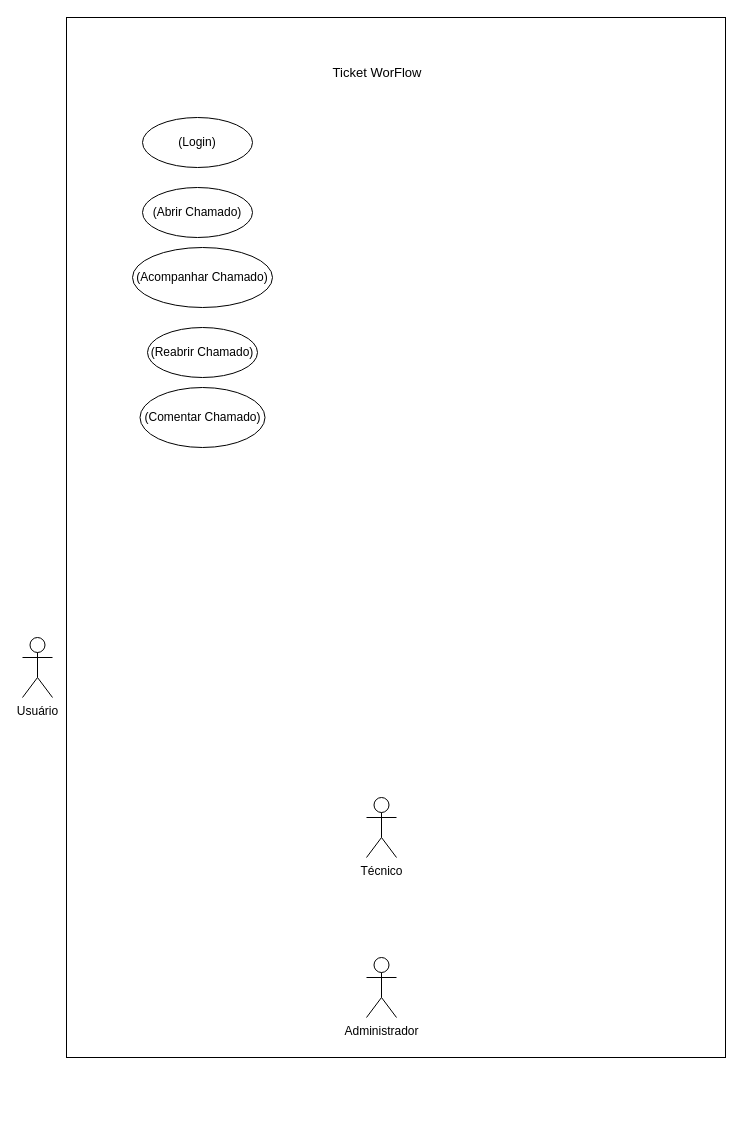
The draw.io diagram docs/diagramas/diagramas-casos-de-uso.drawio in thiiigomes/TicketWorkFlow, before the edit. Source tidied: cells renumbered, new cells numbered last; positions are measured from the earlier drawing's top-left corner, leaving out a move shared by most shapes. Both pictures are drawn from the tidied source at 100%, with x=0, y=0 at pixel (22, 17).
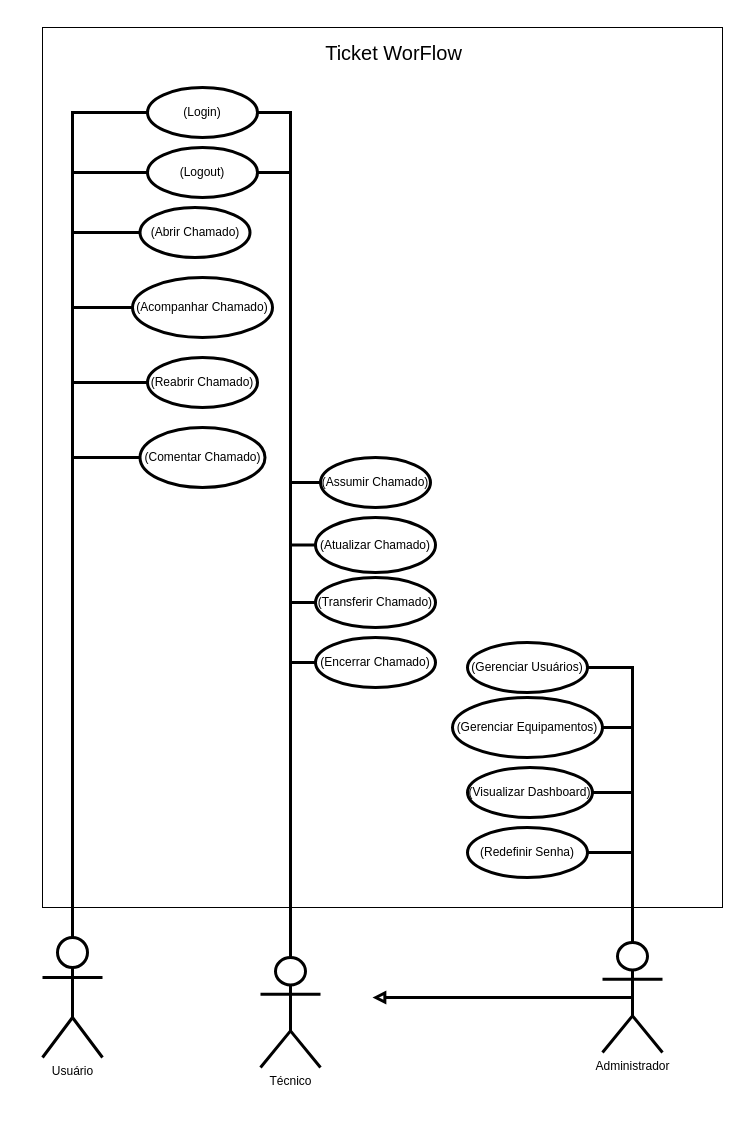
The same diagram, later.

Commit message:
Finaliza diagrama de casos de uso UML

What changed in the source:
```diff
@@
     <mxCell id="2" style="rounded=0;whiteSpace=wrap;html=1;align=center;" parent="1" vertex="1">
-      <mxGeometry x="44" width="659" height="1040" as="geometry" />
+      <mxGeometry x="20" y="10" width="680" height="880" as="geometry" />
     </mxCell>
+    <mxCell id="13" style="edgeStyle=orthogonalEdgeStyle;rounded=0;jettySize=auto;html=1;exitX=0.5;exitY=0;exitDx=0;exitDy=0;exitPerimeter=0;entryX=0;entryY=0.5;entryDx=0;entryDy=0;strokeWidth=3;endArrow=none;endFill=0;" parent="1" edge="1" source="3" target="33">
+      <mxGeometry relative="1" as="geometry" />
+    </mxCell>
+    <mxCell id="14" style="edgeStyle=orthogonalEdgeStyle;rounded=0;jettySize=auto;html=1;exitX=0.5;exitY=0;exitDx=0;exitDy=0;exitPerimeter=0;entryX=0;entryY=0.5;entryDx=0;entryDy=0;strokeWidth=3;endArrow=none;endFill=0;" parent="1" edge="1" source="3" target="32">
+      <mxGeometry relative="1" as="geometry" />
+    </mxCell>
+    <mxCell id="15" style="edgeStyle=orthogonalEdgeStyle;rounded=0;jettySize=auto;html=1;exitX=0.5;exitY=0;exitDx=0;exitDy=0;exitPerimeter=0;entryX=0;entryY=0.5;entryDx=0;entryDy=0;strokeWidth=3;endArrow=none;endFill=0;" parent="1" edge="1" source="3" target="31">
+      <mxGeometry relative="1" as="geometry" />
+    </mxCell>
+    <mxCell id="16" style="edgeStyle=orthogonalEdgeStyle;rounded=0;jettySize=auto;html=1;exitX=0.5;exitY=0;exitDx=0;exitDy=0;exitPerimeter=0;entryX=0;entryY=0.5;entryDx=0;entryDy=0;strokeWidth=3;endArrow=none;endFill=0;" parent="1" edge="1" source="3" target="30">
+      <mxGeometry relative="1" as="geometry" />
+    </mxCell>
+    <mxCell id="17" style="edgeStyle=orthogonalEdgeStyle;rounded=0;jettySize=auto;html=1;exitX=0.5;exitY=0;exitDx=0;exitDy=0;exitPerimeter=0;entryX=1;entryY=0.5;entryDx=0;entryDy=0;strokeWidth=3;endArrow=none;endFill=0;" parent="1" edge="1" source="3" target="7">
+      <mxGeometry relative="1" as="geometry" />
+    </mxCell>
+    <mxCell id="18" style="edgeStyle=orthogonalEdgeStyle;rounded=0;jettySize=auto;html=1;exitX=0.5;exitY=0;exitDx=0;exitDy=0;exitPerimeter=0;entryX=1;entryY=0.5;entryDx=0;entryDy=0;strokeWidth=3;endArrow=none;endFill=0;" parent="1" edge="1" source="3" target="38">
+      <mxGeometry relative="1" as="geometry" />
+    </mxCell>
-    <mxCell id="3" value="Técnico&lt;div&gt;&lt;br&gt;&lt;/div&gt;" style="shape=umlActor;verticalLabelPosition=bottom;verticalAlign=top;html=1;outlineConnect=0;" parent="1" vertex="1">
-      <mxGeometry x="344" y="780" width="30" height="60" as="geometry" />
+    <mxCell id="3" value="Técnico&lt;div&gt;&lt;br&gt;&lt;/div&gt;" style="shape=umlActor;verticalLabelPosition=bottom;verticalAlign=top;html=1;outlineConnect=0;strokeWidth=3;" parent="1" vertex="1">
+      <mxGeometry x="238" y="940" width="60" height="110" as="geometry" />
     </mxCell>
+    <mxCell id="19" style="edgeStyle=orthogonalEdgeStyle;rounded=0;jettySize=auto;html=1;exitX=0.5;exitY=0;exitDx=0;exitDy=0;exitPerimeter=0;entryX=0;entryY=0.5;entryDx=0;entryDy=0;strokeWidth=3;endArrow=none;endFill=0;" parent="1" edge="1" source="4" target="7">
+      <mxGeometry relative="1" as="geometry" />
+    </mxCell>
+    <mxCell id="20" style="edgeStyle=orthogonalEdgeStyle;rounded=0;jettySize=auto;html=1;exitX=0.5;exitY=0;exitDx=0;exitDy=0;exitPerimeter=0;entryX=0;entryY=0.5;entryDx=0;entryDy=0;strokeWidth=3;endArrow=none;endFill=0;" parent="1" edge="1" source="4" target="8">
+      <mxGeometry relative="1" as="geometry" />
+    </mxCell>
+    <mxCell id="21" style="edgeStyle=orthogonalEdgeStyle;rounded=0;jettySize=auto;html=1;exitX=0.5;exitY=0;exitDx=0;exitDy=0;exitPerimeter=0;entryX=0;entryY=0.5;entryDx=0;entryDy=0;strokeWidth=3;endArrow=none;endFill=0;" parent="1" edge="1" source="4" target="9">
+      <mxGeometry relative="1" as="geometry" />
+    </mxCell>
+    <mxCell id="22" style="edgeStyle=orthogonalEdgeStyle;rounded=0;jettySize=auto;html=1;exitX=0.5;exitY=0;exitDx=0;exitDy=0;exitPerimeter=0;entryX=0;entryY=0.5;entryDx=0;entryDy=0;strokeWidth=3;endArrow=none;endFill=0;" parent="1" edge="1" source="4" target="10">
+      <mxGeometry relative="1" as="geometry" />
+    </mxCell>
+    <mxCell id="23" style="edgeStyle=orthogonalEdgeStyle;rounded=0;jettySize=auto;html=1;exitX=0.5;exitY=0;exitDx=0;exitDy=0;exitPerimeter=0;entryX=0;entryY=0.5;entryDx=0;entryDy=0;strokeWidth=3;endArrow=none;endFill=0;" parent="1" edge="1" source="4" target="6">
+      <mxGeometry relative="1" as="geometry" />
+    </mxCell>
+    <mxCell id="24" style="edgeStyle=orthogonalEdgeStyle;rounded=0;jettySize=auto;html=1;exitX=0.5;exitY=0;exitDx=0;exitDy=0;exitPerimeter=0;entryX=0;entryY=0.5;entryDx=0;entryDy=0;strokeWidth=3;endArrow=none;endFill=0;" parent="1" edge="1" source="4" target="38">
+      <mxGeometry relative="1" as="geometry" />
+    </mxCell>
-    <mxCell id="4" value="Usuário" style="shape=umlActor;verticalLabelPosition=bottom;verticalAlign=top;html=1;outlineConnect=0;" parent="1" vertex="1">
-      <mxGeometry y="620" width="30" height="60" as="geometry" />
+    <mxCell id="4" value="Usuário" style="shape=umlActor;verticalLabelPosition=bottom;verticalAlign=top;html=1;outlineConnect=0;strokeWidth=3;" parent="1" vertex="1">
+      <mxGeometry x="20" y="920" width="60" height="120" as="geometry" />
     </mxCell>
+    <mxCell id="25" style="edgeStyle=orthogonalEdgeStyle;rounded=0;jettySize=auto;html=1;exitX=0.5;exitY=0;exitDx=0;exitDy=0;exitPerimeter=0;entryX=1;entryY=0.5;entryDx=0;entryDy=0;strokeWidth=3;endArrow=none;endFill=0;" parent="1" edge="1" source="5" target="37">
+      <mxGeometry relative="1" as="geometry" />
+    </mxCell>
+    <mxCell id="26" style="edgeStyle=orthogonalEdgeStyle;rounded=0;jettySize=auto;html=1;exitX=0.5;exitY=0;exitDx=0;exitDy=0;exitPerimeter=0;entryX=1;entryY=0.5;entryDx=0;entryDy=0;strokeWidth=3;endArrow=none;endFill=0;" parent="1" edge="1" source="5" target="36">
+      <mxGeometry relative="1" as="geometry" />
+    </mxCell>
+    <mxCell id="27" style="edgeStyle=orthogonalEdgeStyle;rounded=0;jettySize=auto;html=1;exitX=0.5;exitY=0;exitDx=0;exitDy=0;exitPerimeter=0;entryX=1;entryY=0.5;entryDx=0;entryDy=0;strokeWidth=3;endArrow=none;endFill=0;" parent="1" edge="1" source="5" target="35">
+      <mxGeometry relative="1" as="geometry" />
+    </mxCell>
+    <mxCell id="28" style="edgeStyle=orthogonalEdgeStyle;rounded=0;jettySize=auto;html=1;exitX=0.5;exitY=0;exitDx=0;exitDy=0;exitPerimeter=0;entryX=1;entryY=0.5;entryDx=0;entryDy=0;strokeWidth=3;endArrow=none;endFill=0;" parent="1" edge="1" source="5" target="34">
+      <mxGeometry relative="1" as="geometry" />
+    </mxCell>
+    <mxCell id="29" style="edgeStyle=orthogonalEdgeStyle;rounded=0;jettySize=auto;html=1;exitX=0.5;exitY=0.5;exitDx=0;exitDy=0;exitPerimeter=0;endArrow=block;endFill=0;strokeWidth=3;" parent="1" edge="1" source="5">
+      <mxGeometry relative="1" as="geometry">
+        <mxPoint x="350" y="980" as="targetPoint" />
+      </mxGeometry>
+    </mxCell>
-    <mxCell id="5" value="Administrador" style="shape=umlActor;verticalLabelPosition=bottom;verticalAlign=top;html=1;outlineConnect=0;" parent="1" vertex="1">
-      <mxGeometry x="344" y="940" width="30" height="60" as="geometry" />
+    <mxCell id="5" value="Administrador" style="shape=umlActor;verticalLabelPosition=bottom;verticalAlign=top;html=1;outlineConnect=0;strokeWidth=3;" parent="1" vertex="1">
+      <mxGeometry x="580" y="925" width="60" height="110" as="geometry" />
     </mxCell>
-    <mxCell id="6" value="(Comentar Chamado)" style="ellipse;whiteSpace=wrap;html=1;" parent="1" vertex="1">
-      <mxGeometry x="117.5" y="370" width="125" height="60" as="geometry" />
+    <mxCell id="6" value="(Comentar Chamado)" style="ellipse;whiteSpace=wrap;html=1;strokeWidth=3;" parent="1" vertex="1">
+      <mxGeometry x="117.5" y="410" width="125" height="60" as="geometry" />
     </mxCell>
-    <mxCell id="7" value="(Login)" style="ellipse;whiteSpace=wrap;html=1;" parent="1" vertex="1">
-      <mxGeometry x="120" y="100" width="110" height="50" as="geometry" />
+    <mxCell id="7" value="(Login)" style="ellipse;whiteSpace=wrap;html=1;strokeWidth=3;" parent="1" vertex="1">
+      <mxGeometry x="125" y="70" width="110" height="50" as="geometry" />
     </mxCell>
-    <mxCell id="8" value="(Abrir Chamado)" style="ellipse;whiteSpace=wrap;html=1;" parent="1" vertex="1">
-      <mxGeometry x="120" y="170" width="110" height="50" as="geometry" />
+    <mxCell id="8" value="(Abrir Chamado)" style="ellipse;whiteSpace=wrap;html=1;strokeWidth=3;" parent="1" vertex="1">
+      <mxGeometry x="117.5" y="190" width="110" height="50" as="geometry" />
     </mxCell>
-    <mxCell id="9" value="(Acompanhar Chamado)" style="ellipse;whiteSpace=wrap;html=1;" parent="1" vertex="1">
-      <mxGeometry x="110" y="230" width="140" height="60" as="geometry" />
+    <mxCell id="9" value="(Acompanhar Chamado)" style="ellipse;whiteSpace=wrap;html=1;strokeWidth=3;" parent="1" vertex="1">
+      <mxGeometry x="110" y="260" width="140" height="60" as="geometry" />
     </mxCell>
-    <mxCell id="10" value="(Reabrir Chamado)" style="ellipse;whiteSpace=wrap;html=1;" parent="1" vertex="1">
-      <mxGeometry x="125" y="310" width="110" height="50" as="geometry" />
+    <mxCell id="10" value="(Reabrir Chamado)" style="ellipse;whiteSpace=wrap;html=1;strokeWidth=3;" parent="1" vertex="1">
+      <mxGeometry x="125" y="340" width="110" height="50" as="geometry" />
     </mxCell>
@@
-    <mxCell id="12" value="&lt;span style=&quot;font-size: 13px;&quot;&gt;Ticket WorFlow&lt;/span&gt;" style="text;html=1;whiteSpace=wrap;strokeColor=none;fillColor=none;align=center;verticalAlign=middle;rounded=0;" parent="1" vertex="1">
-      <mxGeometry x="300" y="40" width="110" height="30" as="geometry" />
+    <mxCell id="12" value="&lt;font style=&quot;font-size: 20px;&quot;&gt;Ticket WorFlow&lt;/font&gt;" style="text;html=1;whiteSpace=wrap;strokeColor=none;fillColor=none;align=center;verticalAlign=middle;rounded=0;strokeWidth=2;" parent="1" vertex="1">
+      <mxGeometry x="293" y="20" width="157" height="30" as="geometry" />
     </mxCell>
+    <mxCell id="30" value="(Assumir Chamado)" style="ellipse;whiteSpace=wrap;html=1;strokeWidth=3;" parent="1" vertex="1">
+      <mxGeometry x="298" y="440" width="110" height="50" as="geometry" />
+    </mxCell>
+    <mxCell id="31" value="(Atualizar Chamado)" style="ellipse;whiteSpace=wrap;html=1;strokeWidth=3;" parent="1" vertex="1">
+      <mxGeometry x="293" y="500" width="120" height="55" as="geometry" />
+    </mxCell>
+    <mxCell id="32" value="(Transferir Chamado)" style="ellipse;whiteSpace=wrap;html=1;strokeWidth=3;" parent="1" vertex="1">
+      <mxGeometry x="293" y="560" width="120" height="50" as="geometry" />
+    </mxCell>
+    <mxCell id="33" value="(Encerrar Chamado)" style="ellipse;whiteSpace=wrap;html=1;strokeWidth=3;" parent="1" vertex="1">
+      <mxGeometry x="293" y="620" width="120" height="50" as="geometry" />
+    </mxCell>
+    <mxCell id="34" value="(Gerenciar Usuários)" style="ellipse;whiteSpace=wrap;html=1;strokeWidth=3;" parent="1" vertex="1">
+      <mxGeometry x="445" y="625" width="120" height="50" as="geometry" />
+    </mxCell>
+    <mxCell id="35" value="(Gerenciar Equipamentos)" style="ellipse;whiteSpace=wrap;html=1;strokeWidth=3;" parent="1" vertex="1">
+      <mxGeometry x="430" y="680" width="150" height="60" as="geometry" />
+    </mxCell>
+    <mxCell id="36" value="(Visualizar Dashboard)" style="ellipse;whiteSpace=wrap;html=1;strokeWidth=3;" parent="1" vertex="1">
+      <mxGeometry x="445" y="750" width="125" height="50" as="geometry" />
+    </mxCell>
+    <mxCell id="37" value="(Redefinir Senha)" style="ellipse;whiteSpace=wrap;html=1;strokeWidth=3;" parent="1" vertex="1">
+      <mxGeometry x="445" y="810" width="120" height="50" as="geometry" />
+    </mxCell>
+    <mxCell id="38" value="(Logout)" style="ellipse;whiteSpace=wrap;html=1;strokeWidth=3;" parent="1" vertex="1">
+      <mxGeometry x="125" y="130" width="110" height="50" as="geometry" />
+    </mxCell>
```
